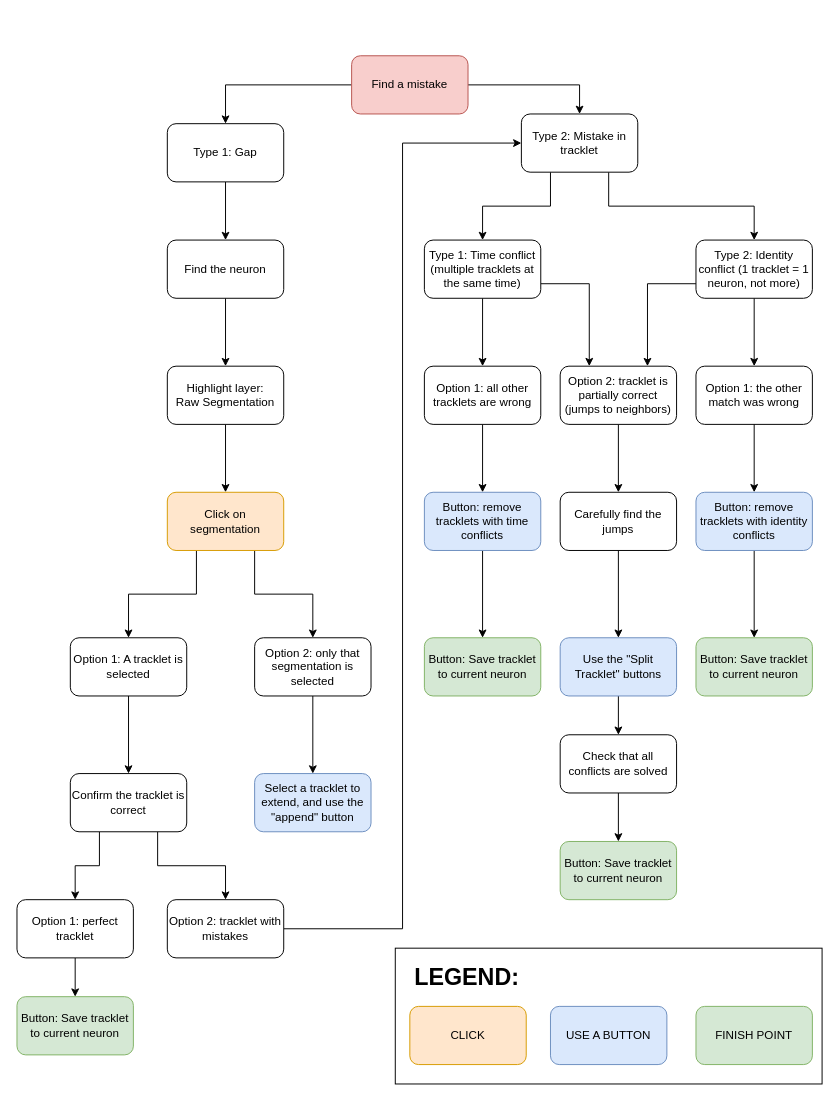
Above: page "Tracking_workflow" (2 of 2) of DLC_for_WBFM/gui/workflow_diagrams.drawio in ch9nuk9/wbfm (draw.io), before the change. Source tidied: cells renumbered, new cells numbered last; positions are measured from the earlier drawing's top-left corner, leaving out a move shared by most shapes. Both pictures are drawn from the tidied source at 97%, with x=0, y=0 at pixel (16, 55).
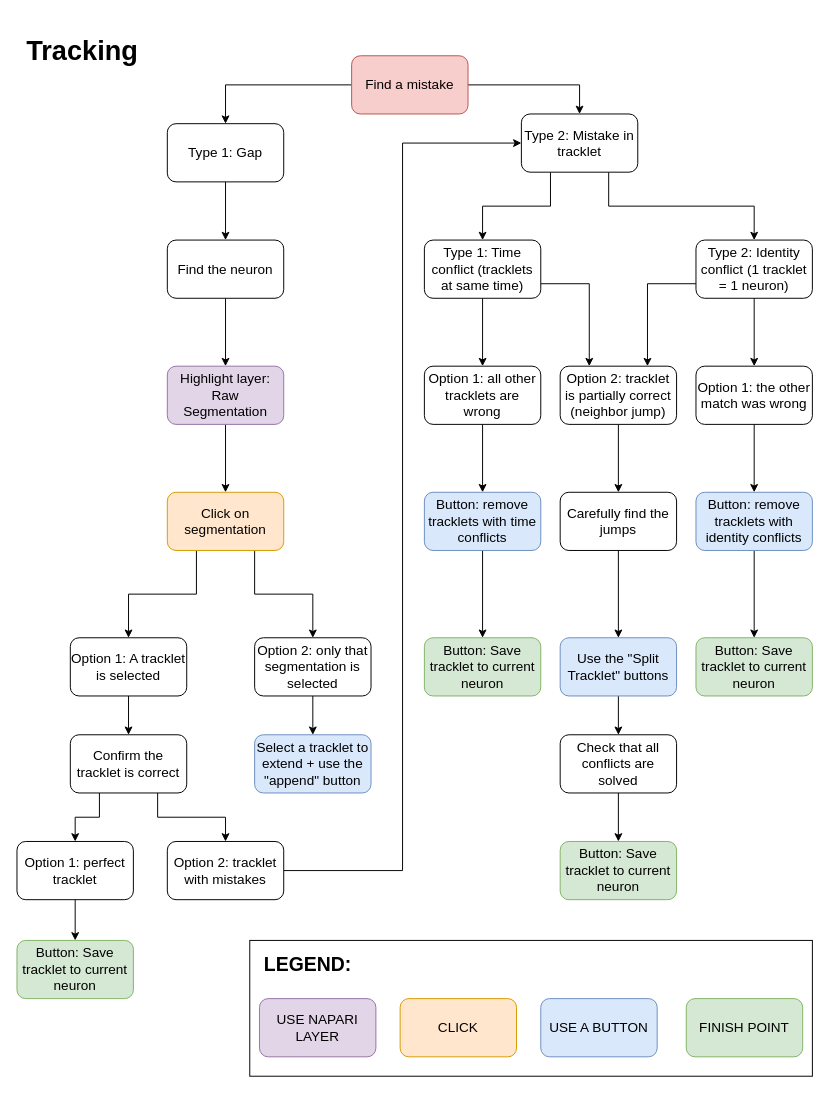
The same page after the edit.

Commit message:
Better workflow diagram

What changed in the source:
```diff
@@
-    <mxCell id="2" style="rounded=0;whiteSpace=wrap;html=1;" parent="1" vertex="1">
-      <mxGeometry x="390" y="920" width="440" height="140" as="geometry" />
-    </mxCell>
-    <mxCell id="3" style="edgeStyle=orthogonalEdgeStyle;rounded=0;jettySize=auto;html=1;exitX=0;exitY=0.5;exitDx=0;exitDy=0;" parent="1" edge="1" source="5" target="7">
+    <mxCell id="3" style="edgeStyle=orthogonalEdgeStyle;rounded=0;jettySize=auto;html=1;exitX=0;exitY=0.5;exitDx=0;exitDy=0;fontSize=14;" parent="1" edge="1" source="5" target="7">
       <mxGeometry relative="1" as="geometry" />
     </mxCell>
-    <mxCell id="4" style="edgeStyle=orthogonalEdgeStyle;rounded=0;jettySize=auto;html=1;exitX=1;exitY=0.5;exitDx=0;exitDy=0;entryX=0.5;entryY=0;entryDx=0;entryDy=0;" parent="1" edge="1" source="5" target="10">
+    <mxCell id="4" style="edgeStyle=orthogonalEdgeStyle;rounded=0;jettySize=auto;html=1;exitX=1;exitY=0.5;exitDx=0;exitDy=0;entryX=0.5;entryY=0;entryDx=0;entryDy=0;fontSize=14;" parent="1" edge="1" source="5" target="10">
       <mxGeometry relative="1" as="geometry" />
     </mxCell>
-    <mxCell id="5" value="Find a mistake" style="rounded=1;whiteSpace=wrap;html=1;fillColor=#f8cecc;strokeColor=#b85450;" parent="1" vertex="1">
+    <mxCell id="5" value="Find a mistake" style="rounded=1;whiteSpace=wrap;html=1;fillColor=#f8cecc;strokeColor=#b85450;fontSize=14;" parent="1" vertex="1">
       <mxGeometry x="345" width="120" height="60" as="geometry" />
     </mxCell>
-    <mxCell id="6" style="edgeStyle=orthogonalEdgeStyle;rounded=0;jettySize=auto;html=1;" parent="1" edge="1" source="7" target="12">
+    <mxCell id="6" style="edgeStyle=orthogonalEdgeStyle;rounded=0;jettySize=auto;html=1;fontSize=14;" parent="1" edge="1" source="7" target="12">
       <mxGeometry relative="1" as="geometry" />
     </mxCell>
-    <mxCell id="7" value="Type 1: Gap" style="rounded=1;whiteSpace=wrap;html=1;" parent="1" vertex="1">
+    <mxCell id="7" value="Type 1: Gap" style="rounded=1;whiteSpace=wrap;html=1;fontSize=14;" parent="1" vertex="1">
       <mxGeometry x="155" y="70" width="120" height="60" as="geometry" />
     </mxCell>
-    <mxCell id="8" style="edgeStyle=orthogonalEdgeStyle;rounded=0;jettySize=auto;html=1;exitX=0.25;exitY=1;exitDx=0;exitDy=0;entryX=0.5;entryY=0;entryDx=0;entryDy=0;" parent="1" edge="1" source="10" target="36">
+    <mxCell id="8" style="edgeStyle=orthogonalEdgeStyle;rounded=0;jettySize=auto;html=1;exitX=0.25;exitY=1;exitDx=0;exitDy=0;entryX=0.5;entryY=0;entryDx=0;entryDy=0;fontSize=14;" parent="1" edge="1" source="10" target="36">
       <mxGeometry relative="1" as="geometry" />
     </mxCell>
-    <mxCell id="9" style="edgeStyle=orthogonalEdgeStyle;rounded=0;jettySize=auto;html=1;exitX=0.75;exitY=1;exitDx=0;exitDy=0;entryX=0.5;entryY=0;entryDx=0;entryDy=0;" parent="1" edge="1" source="10" target="33">
+    <mxCell id="9" style="edgeStyle=orthogonalEdgeStyle;rounded=0;jettySize=auto;html=1;exitX=0.75;exitY=1;exitDx=0;exitDy=0;entryX=0.5;entryY=0;entryDx=0;entryDy=0;fontSize=14;" parent="1" edge="1" source="10" target="33">
       <mxGeometry relative="1" as="geometry" />
     </mxCell>
-    <mxCell id="10" value="Type 2: Mistake in tracklet" style="rounded=1;whiteSpace=wrap;html=1;" parent="1" vertex="1">
+    <mxCell id="10" value="Type 2: Mistake in tracklet" style="rounded=1;whiteSpace=wrap;html=1;fontSize=14;" parent="1" vertex="1">
       <mxGeometry x="520" y="60" width="120" height="60" as="geometry" />
     </mxCell>
-    <mxCell id="11" style="edgeStyle=orthogonalEdgeStyle;rounded=0;jettySize=auto;html=1;" parent="1" edge="1" source="12" target="14">
+    <mxCell id="11" style="edgeStyle=orthogonalEdgeStyle;rounded=0;jettySize=auto;html=1;fontSize=14;" parent="1" edge="1" source="12" target="14">
       <mxGeometry relative="1" as="geometry" />
     </mxCell>
-    <mxCell id="12" value="Find the neuron" style="rounded=1;whiteSpace=wrap;html=1;" parent="1" vertex="1">
+    <mxCell id="12" value="Find the neuron" style="rounded=1;whiteSpace=wrap;html=1;fontSize=14;" parent="1" vertex="1">
       <mxGeometry x="155" y="190" width="120" height="60" as="geometry" />
     </mxCell>
-    <mxCell id="13" style="edgeStyle=orthogonalEdgeStyle;rounded=0;jettySize=auto;html=1;" parent="1" edge="1" source="14" target="17">
+    <mxCell id="13" style="edgeStyle=orthogonalEdgeStyle;rounded=0;jettySize=auto;html=1;fontSize=14;" parent="1" edge="1" source="14" target="17">
       <mxGeometry relative="1" as="geometry" />
     </mxCell>
-    <mxCell id="14" value="Highlight layer:&lt;br&gt;Raw Segmentation" style="rounded=1;whiteSpace=wrap;html=1;" parent="1" vertex="1">
+    <mxCell id="14" value="Highlight layer:&lt;br style=&quot;font-size: 14px;&quot;&gt;Raw Segmentation" style="rounded=1;whiteSpace=wrap;html=1;fillColor=#e1d5e7;strokeColor=#9673a6;fontSize=14;" parent="1" vertex="1">
       <mxGeometry x="155" y="320" width="120" height="60" as="geometry" />
     </mxCell>
-    <mxCell id="15" style="edgeStyle=orthogonalEdgeStyle;rounded=0;jettySize=auto;html=1;exitX=0.75;exitY=1;exitDx=0;exitDy=0;" parent="1" edge="1" source="17" target="19">
+    <mxCell id="15" style="edgeStyle=orthogonalEdgeStyle;rounded=0;jettySize=auto;html=1;exitX=0.75;exitY=1;exitDx=0;exitDy=0;fontSize=14;" parent="1" edge="1" source="17" target="19">
       <mxGeometry relative="1" as="geometry" />
     </mxCell>
-    <mxCell id="16" style="edgeStyle=orthogonalEdgeStyle;rounded=0;jettySize=auto;html=1;exitX=0.25;exitY=1;exitDx=0;exitDy=0;entryX=0.5;entryY=0;entryDx=0;entryDy=0;" parent="1" edge="1" source="17" target="21">
+    <mxCell id="16" style="edgeStyle=orthogonalEdgeStyle;rounded=0;jettySize=auto;html=1;exitX=0.25;exitY=1;exitDx=0;exitDy=0;entryX=0.5;entryY=0;entryDx=0;entryDy=0;fontSize=14;" parent="1" edge="1" source="17" target="21">
       <mxGeometry relative="1" as="geometry" />
     </mxCell>
-    <mxCell id="17" value="Click on segmentation" style="rounded=1;whiteSpace=wrap;html=1;fillColor=#ffe6cc;strokeColor=#d79b00;" parent="1" vertex="1">
+    <mxCell id="17" value="Click on segmentation" style="rounded=1;whiteSpace=wrap;html=1;fillColor=#ffe6cc;strokeColor=#d79b00;fontSize=14;" parent="1" vertex="1">
       <mxGeometry x="155" y="450" width="120" height="60" as="geometry" />
     </mxCell>
-    <mxCell id="18" style="edgeStyle=orthogonalEdgeStyle;rounded=0;jettySize=auto;html=1;" parent="1" edge="1" source="19" target="22">
+    <mxCell id="18" style="edgeStyle=orthogonalEdgeStyle;rounded=0;jettySize=auto;html=1;fontSize=14;" parent="1" edge="1" source="19" target="22">
       <mxGeometry relative="1" as="geometry" />
     </mxCell>
-    <mxCell id="19" value="Option 2: only that segmentation is selected" style="rounded=1;whiteSpace=wrap;html=1;" parent="1" vertex="1">
+    <mxCell id="19" value="Option 2: only that segmentation is selected" style="rounded=1;whiteSpace=wrap;html=1;fontSize=14;" parent="1" vertex="1">
       <mxGeometry x="245" y="600" width="120" height="60" as="geometry" />
     </mxCell>
-    <mxCell id="20" style="edgeStyle=orthogonalEdgeStyle;rounded=0;jettySize=auto;html=1;" parent="1" edge="1" source="21" target="25">
+    <mxCell id="20" style="edgeStyle=orthogonalEdgeStyle;rounded=0;jettySize=auto;html=1;fontSize=14;" parent="1" edge="1" source="21" target="25">
       <mxGeometry relative="1" as="geometry" />
     </mxCell>
-    <mxCell id="21" value="Option 1: A tracklet is selected" style="rounded=1;whiteSpace=wrap;html=1;" parent="1" vertex="1">
+    <mxCell id="21" value="Option 1: A tracklet is selected" style="rounded=1;whiteSpace=wrap;html=1;fontSize=14;" parent="1" vertex="1">
       <mxGeometry x="55" y="600" width="120" height="60" as="geometry" />
     </mxCell>
-    <mxCell id="22" value="Select a tracklet to extend, and use the &quot;append&quot; button" style="rounded=1;whiteSpace=wrap;html=1;fillColor=#dae8fc;strokeColor=#6c8ebf;" parent="1" vertex="1">
-      <mxGeometry x="245" y="740" width="120" height="60" as="geometry" />
+    <mxCell id="22" value="Select a tracklet to extend + use the &quot;append&quot; button" style="rounded=1;whiteSpace=wrap;html=1;fillColor=#dae8fc;strokeColor=#6c8ebf;fontSize=14;" parent="1" vertex="1">
+      <mxGeometry x="245" y="700" width="120" height="60" as="geometry" />
     </mxCell>
-    <mxCell id="23" style="edgeStyle=orthogonalEdgeStyle;rounded=0;jettySize=auto;html=1;exitX=0.25;exitY=1;exitDx=0;exitDy=0;" parent="1" edge="1" source="25" target="30">
+    <mxCell id="23" style="edgeStyle=orthogonalEdgeStyle;rounded=0;jettySize=auto;html=1;exitX=0.25;exitY=1;exitDx=0;exitDy=0;fontSize=14;" parent="1" edge="1" source="25" target="30">
       <mxGeometry relative="1" as="geometry" />
     </mxCell>
-    <mxCell id="24" style="edgeStyle=orthogonalEdgeStyle;rounded=0;jettySize=auto;html=1;exitX=0.75;exitY=1;exitDx=0;exitDy=0;entryX=0.5;entryY=0;entryDx=0;entryDy=0;" parent="1" edge="1" source="25" target="28">
+    <mxCell id="24" style="edgeStyle=orthogonalEdgeStyle;rounded=0;jettySize=auto;html=1;exitX=0.75;exitY=1;exitDx=0;exitDy=0;entryX=0.5;entryY=0;entryDx=0;entryDy=0;fontSize=14;" parent="1" edge="1" source="25" target="28">
       <mxGeometry relative="1" as="geometry" />
     </mxCell>
-    <mxCell id="25" value="Confirm the tracklet is correct" style="rounded=1;whiteSpace=wrap;html=1;" parent="1" vertex="1">
-      <mxGeometry x="55" y="740" width="120" height="60" as="geometry" />
+    <mxCell id="25" value="Confirm the tracklet is correct" style="rounded=1;whiteSpace=wrap;html=1;fontSize=14;" parent="1" vertex="1">
+      <mxGeometry x="55" y="700" width="120" height="60" as="geometry" />
     </mxCell>
-    <mxCell id="26" style="edgeStyle=orthogonalEdgeStyle;rounded=0;jettySize=auto;html=1;" parent="1" edge="1" source="30" target="29">
+    <mxCell id="26" style="edgeStyle=orthogonalEdgeStyle;rounded=0;jettySize=auto;html=1;fontSize=14;" parent="1" edge="1" source="30" target="29">
       <mxGeometry relative="1" as="geometry" />
     </mxCell>
-    <mxCell id="27" style="edgeStyle=orthogonalEdgeStyle;rounded=0;jettySize=auto;html=1;exitX=1;exitY=0.5;exitDx=0;exitDy=0;entryX=0;entryY=0.5;entryDx=0;entryDy=0;" parent="1" edge="1" source="28" target="10">
+    <mxCell id="27" style="edgeStyle=orthogonalEdgeStyle;rounded=0;jettySize=auto;html=1;exitX=1;exitY=0.5;exitDx=0;exitDy=0;entryX=0;entryY=0.5;entryDx=0;entryDy=0;fontSize=14;" parent="1" edge="1" source="28" target="10">
       <mxGeometry relative="1" as="geometry" />
     </mxCell>
-    <mxCell id="28" value="Option 2: tracklet with mistakes" style="rounded=1;whiteSpace=wrap;html=1;" parent="1" vertex="1">
-      <mxGeometry x="155" y="870" width="120" height="60" as="geometry" />
+    <mxCell id="28" value="Option 2: tracklet with mistakes" style="rounded=1;whiteSpace=wrap;html=1;fontSize=14;" parent="1" vertex="1">
+      <mxGeometry x="155" y="810" width="120" height="60" as="geometry" />
     </mxCell>
-    <mxCell id="29" value="Button: Save tracklet to current neuron" style="rounded=1;whiteSpace=wrap;html=1;fillColor=#d5e8d4;strokeColor=#82b366;" parent="1" vertex="1">
-      <mxGeometry y="970" width="120" height="60" as="geometry" />
+    <mxCell id="29" value="Button: Save tracklet to current neuron" style="rounded=1;whiteSpace=wrap;html=1;fillColor=#d5e8d4;strokeColor=#82b366;fontSize=14;" parent="1" vertex="1">
+      <mxGeometry y="912" width="120" height="60" as="geometry" />
     </mxCell>
-    <mxCell id="30" value="Option 1: perfect tracklet" style="rounded=1;whiteSpace=wrap;html=1;" parent="1" vertex="1">
-      <mxGeometry y="870" width="120" height="60" as="geometry" />
+    <mxCell id="30" value="Option 1: perfect tracklet" style="rounded=1;whiteSpace=wrap;html=1;fontSize=14;" parent="1" vertex="1">
+      <mxGeometry y="810" width="120" height="60" as="geometry" />
     </mxCell>
-    <mxCell id="31" style="edgeStyle=orthogonalEdgeStyle;rounded=0;jettySize=auto;html=1;" parent="1" edge="1" source="33" target="41">
+    <mxCell id="31" style="edgeStyle=orthogonalEdgeStyle;rounded=0;jettySize=auto;html=1;fontSize=14;" parent="1" edge="1" source="33" target="41">
       <mxGeometry relative="1" as="geometry" />
     </mxCell>
-    <mxCell id="32" style="edgeStyle=orthogonalEdgeStyle;rounded=0;jettySize=auto;html=1;exitX=0;exitY=0.75;exitDx=0;exitDy=0;entryX=0.75;entryY=0;entryDx=0;entryDy=0;" parent="1" edge="1" source="33" target="48">
+    <mxCell id="32" style="edgeStyle=orthogonalEdgeStyle;rounded=0;jettySize=auto;html=1;exitX=0;exitY=0.75;exitDx=0;exitDy=0;entryX=0.75;entryY=0;entryDx=0;entryDy=0;fontSize=14;" parent="1" edge="1" source="33" target="48">
       <mxGeometry relative="1" as="geometry" />
     </mxCell>
-    <mxCell id="33" value="Type 2: Identity conflict (1 tracklet = 1 neuron, not more)" style="rounded=1;whiteSpace=wrap;html=1;" parent="1" vertex="1">
+    <mxCell id="33" value="Type 2: Identity conflict (1 tracklet = 1 neuron)" style="rounded=1;whiteSpace=wrap;html=1;fontSize=14;" parent="1" vertex="1">
       <mxGeometry x="700" y="190" width="120" height="60" as="geometry" />
     </mxCell>
-    <mxCell id="34" style="edgeStyle=orthogonalEdgeStyle;rounded=0;jettySize=auto;html=1;" parent="1" edge="1" source="36" target="38">
+    <mxCell id="34" style="edgeStyle=orthogonalEdgeStyle;rounded=0;jettySize=auto;html=1;fontSize=14;" parent="1" edge="1" source="36" target="38">
       <mxGeometry relative="1" as="geometry" />
     </mxCell>
-    <mxCell id="35" style="edgeStyle=orthogonalEdgeStyle;rounded=0;jettySize=auto;html=1;exitX=1;exitY=0.75;exitDx=0;exitDy=0;entryX=0.25;entryY=0;entryDx=0;entryDy=0;" parent="1" edge="1" source="36" target="48">
+    <mxCell id="35" style="edgeStyle=orthogonalEdgeStyle;rounded=0;jettySize=auto;html=1;exitX=1;exitY=0.75;exitDx=0;exitDy=0;entryX=0.25;entryY=0;entryDx=0;entryDy=0;fontSize=14;" parent="1" edge="1" source="36" target="48">
       <mxGeometry relative="1" as="geometry" />
     </mxCell>
-    <mxCell id="36" value="Type 1: Time conflict (multiple tracklets at the same time)" style="rounded=1;whiteSpace=wrap;html=1;" parent="1" vertex="1">
+    <mxCell id="36" value="Type 1: Time conflict (tracklets at same time)" style="rounded=1;whiteSpace=wrap;html=1;fontSize=14;" parent="1" vertex="1">
       <mxGeometry x="420" y="190" width="120" height="60" as="geometry" />
     </mxCell>
-    <mxCell id="37" style="edgeStyle=orthogonalEdgeStyle;rounded=0;jettySize=auto;html=1;" parent="1" edge="1" source="38" target="40">
+    <mxCell id="37" style="edgeStyle=orthogonalEdgeStyle;rounded=0;jettySize=auto;html=1;fontSize=14;" parent="1" edge="1" source="38" target="40">
       <mxGeometry relative="1" as="geometry" />
     </mxCell>
-    <mxCell id="38" value="Option 1: all other tracklets are wrong" style="rounded=1;whiteSpace=wrap;html=1;" parent="1" vertex="1">
+    <mxCell id="38" value="Option 1: all other tracklets are wrong" style="rounded=1;whiteSpace=wrap;html=1;fontSize=14;" parent="1" vertex="1">
       <mxGeometry x="420" y="320" width="120" height="60" as="geometry" />
     </mxCell>
-    <mxCell id="39" style="edgeStyle=orthogonalEdgeStyle;rounded=0;jettySize=auto;html=1;" parent="1" edge="1" source="40" target="42">
+    <mxCell id="39" style="edgeStyle=orthogonalEdgeStyle;rounded=0;jettySize=auto;html=1;fontSize=14;" parent="1" edge="1" source="40" target="42">
       <mxGeometry relative="1" as="geometry" />
     </mxCell>
-    <mxCell id="40" value="Button: remove tracklets with time conflicts" style="rounded=1;whiteSpace=wrap;html=1;fillColor=#dae8fc;strokeColor=#6c8ebf;" parent="1" vertex="1">
+    <mxCell id="40" value="Button: remove tracklets with time conflicts" style="rounded=1;whiteSpace=wrap;html=1;fillColor=#dae8fc;strokeColor=#6c8ebf;fontSize=14;" parent="1" vertex="1">
       <mxGeometry x="420" y="450" width="120" height="60" as="geometry" />
     </mxCell>
-    <mxCell id="41" value="Option 1: the other match was wrong" style="rounded=1;whiteSpace=wrap;html=1;" parent="1" vertex="1">
+    <mxCell id="41" value="Option 1: the other match was wrong" style="rounded=1;whiteSpace=wrap;html=1;fontSize=14;" parent="1" vertex="1">
       <mxGeometry x="700" y="320" width="120" height="60" as="geometry" />
     </mxCell>
-    <mxCell id="42" value="Button: Save tracklet to current neuron" style="rounded=1;whiteSpace=wrap;html=1;fillColor=#d5e8d4;strokeColor=#82b366;" parent="1" vertex="1">
+    <mxCell id="42" value="Button: Save tracklet to current neuron" style="rounded=1;whiteSpace=wrap;html=1;fillColor=#d5e8d4;strokeColor=#82b366;fontSize=14;" parent="1" vertex="1">
       <mxGeometry x="420" y="600" width="120" height="60" as="geometry" />
     </mxCell>
-    <mxCell id="43" style="edgeStyle=orthogonalEdgeStyle;rounded=0;jettySize=auto;html=1;exitX=0.5;exitY=1;exitDx=0;exitDy=0;" parent="1" edge="1" source="41" target="45">
+    <mxCell id="43" style="edgeStyle=orthogonalEdgeStyle;rounded=0;jettySize=auto;html=1;exitX=0.5;exitY=1;exitDx=0;exitDy=0;fontSize=14;" parent="1" edge="1" source="41" target="45">
       <mxGeometry relative="1" as="geometry" />
     </mxCell>
-    <mxCell id="44" style="edgeStyle=orthogonalEdgeStyle;rounded=0;jettySize=auto;html=1;" parent="1" edge="1" source="45" target="46">
+    <mxCell id="44" style="edgeStyle=orthogonalEdgeStyle;rounded=0;jettySize=auto;html=1;fontSize=14;" parent="1" edge="1" source="45" target="46">
       <mxGeometry relative="1" as="geometry" />
     </mxCell>
-    <mxCell id="45" value="Button: remove tracklets with identity conflicts" style="rounded=1;whiteSpace=wrap;html=1;fillColor=#dae8fc;strokeColor=#6c8ebf;" parent="1" vertex="1">
+    <mxCell id="45" value="Button: remove tracklets with identity conflicts" style="rounded=1;whiteSpace=wrap;html=1;fillColor=#dae8fc;strokeColor=#6c8ebf;fontSize=14;" parent="1" vertex="1">
       <mxGeometry x="700" y="450" width="120" height="60" as="geometry" />
     </mxCell>
-    <mxCell id="46" value="Button: Save tracklet to current neuron" style="rounded=1;whiteSpace=wrap;html=1;fillColor=#d5e8d4;strokeColor=#82b366;" parent="1" vertex="1">
+    <mxCell id="46" value="Button: Save tracklet to current neuron" style="rounded=1;whiteSpace=wrap;html=1;fillColor=#d5e8d4;strokeColor=#82b366;fontSize=14;" parent="1" vertex="1">
       <mxGeometry x="700" y="600" width="120" height="60" as="geometry" />
     </mxCell>
-    <mxCell id="47" style="edgeStyle=orthogonalEdgeStyle;rounded=0;jettySize=auto;html=1;" parent="1" edge="1" source="48" target="50">
+    <mxCell id="47" style="edgeStyle=orthogonalEdgeStyle;rounded=0;jettySize=auto;html=1;fontSize=14;" parent="1" edge="1" source="48" target="50">
       <mxGeometry relative="1" as="geometry" />
     </mxCell>
-    <mxCell id="48" value="Option 2: tracklet is partially correct&lt;br&gt;(jumps to neighbors)" style="rounded=1;whiteSpace=wrap;html=1;" parent="1" vertex="1">
+    <mxCell id="48" value="Option 2: tracklet is partially correct&lt;br style=&quot;font-size: 14px&quot;&gt;(neighbor jump)" style="rounded=1;whiteSpace=wrap;html=1;fontSize=14;" parent="1" vertex="1">
       <mxGeometry x="560" y="320" width="120" height="60" as="geometry" />
     </mxCell>
-    <mxCell id="49" style="edgeStyle=orthogonalEdgeStyle;rounded=0;jettySize=auto;html=1;" parent="1" edge="1" source="50" target="52">
+    <mxCell id="49" style="edgeStyle=orthogonalEdgeStyle;rounded=0;jettySize=auto;html=1;fontSize=14;" parent="1" edge="1" source="50" target="52">
       <mxGeometry relative="1" as="geometry" />
     </mxCell>
-    <mxCell id="50" value="Carefully find the jumps" style="rounded=1;whiteSpace=wrap;html=1;" parent="1" vertex="1">
+    <mxCell id="50" value="Carefully find the jumps" style="rounded=1;whiteSpace=wrap;html=1;fontSize=14;" parent="1" vertex="1">
       <mxGeometry x="560" y="450" width="120" height="60" as="geometry" />
     </mxCell>
-    <mxCell id="51" style="edgeStyle=orthogonalEdgeStyle;rounded=0;jettySize=auto;html=1;" parent="1" edge="1" source="52" target="54">
+    <mxCell id="51" style="edgeStyle=orthogonalEdgeStyle;rounded=0;jettySize=auto;html=1;fontSize=14;" parent="1" edge="1" source="52" target="54">
       <mxGeometry relative="1" as="geometry" />
     </mxCell>
-    <mxCell id="52" value="Use the &quot;Split Tracklet&quot; buttons" style="rounded=1;whiteSpace=wrap;html=1;fillColor=#dae8fc;strokeColor=#6c8ebf;" parent="1" vertex="1">
+    <mxCell id="52" value="Use the &quot;Split Tracklet&quot; buttons" style="rounded=1;whiteSpace=wrap;html=1;fillColor=#dae8fc;strokeColor=#6c8ebf;fontSize=14;" parent="1" vertex="1">
       <mxGeometry x="560" y="600" width="120" height="60" as="geometry" />
     </mxCell>
-    <mxCell id="53" style="edgeStyle=orthogonalEdgeStyle;rounded=0;jettySize=auto;html=1;" parent="1" edge="1" source="54" target="55">
+    <mxCell id="53" style="edgeStyle=orthogonalEdgeStyle;rounded=0;jettySize=auto;html=1;fontSize=14;" parent="1" edge="1" source="54" target="55">
       <mxGeometry relative="1" as="geometry" />
     </mxCell>
-    <mxCell id="54" value="Check that all conflicts are solved" style="rounded=1;whiteSpace=wrap;html=1;" parent="1" vertex="1">
+    <mxCell id="54" value="Check that all conflicts are solved" style="rounded=1;whiteSpace=wrap;html=1;fontSize=14;" parent="1" vertex="1">
       <mxGeometry x="560" y="700" width="120" height="60" as="geometry" />
     </mxCell>
-    <mxCell id="55" value="Button: Save tracklet to current neuron" style="rounded=1;whiteSpace=wrap;html=1;fillColor=#d5e8d4;strokeColor=#82b366;" parent="1" vertex="1">
+    <mxCell id="55" value="Button: Save tracklet to current neuron" style="rounded=1;whiteSpace=wrap;html=1;fillColor=#d5e8d4;strokeColor=#82b366;fontSize=14;" parent="1" vertex="1">
       <mxGeometry x="560" y="810" width="120" height="60" as="geometry" />
     </mxCell>
+    <mxCell id="60" style="rounded=0;whiteSpace=wrap;html=1;fontSize=14;" parent="1" vertex="1">
+      <mxGeometry x="240" y="912" width="580" height="140" as="geometry" />
+    </mxCell>
-    <mxCell id="56" value="FINISH POINT" style="rounded=1;whiteSpace=wrap;html=1;fillColor=#d5e8d4;strokeColor=#82b366;" parent="1" vertex="1">
-      <mxGeometry x="700" y="980" width="120" height="60" as="geometry" />
+    <mxCell id="56" value="FINISH POINT" style="rounded=1;whiteSpace=wrap;html=1;fillColor=#d5e8d4;strokeColor=#82b366;fontSize=14;" parent="1" vertex="1">
+      <mxGeometry x="690" y="972" width="120" height="60" as="geometry" />
     </mxCell>
-    <mxCell id="57" value="USE A BUTTON" style="rounded=1;whiteSpace=wrap;html=1;fillColor=#dae8fc;strokeColor=#6c8ebf;" parent="1" vertex="1">
-      <mxGeometry x="550" y="980" width="120" height="60" as="geometry" />
+    <mxCell id="57" value="USE A BUTTON" style="rounded=1;whiteSpace=wrap;html=1;fillColor=#dae8fc;strokeColor=#6c8ebf;fontSize=14;" parent="1" vertex="1">
+      <mxGeometry x="540" y="972" width="120" height="60" as="geometry" />
     </mxCell>
-    <mxCell id="58" value="&lt;h1&gt;LEGEND:&lt;/h1&gt;" style="text;html=1;strokeColor=none;fillColor=none;spacing=5;spacingTop=-20;whiteSpace=wrap;overflow=hidden;rounded=0;" parent="1" vertex="1">
-      <mxGeometry x="405" y="930" width="190" height="40" as="geometry" />
+    <mxCell id="58" value="&lt;h1 style=&quot;font-size: 20px;&quot;&gt;LEGEND:&lt;/h1&gt;" style="text;html=1;strokeColor=none;fillColor=none;spacing=5;spacingTop=-20;whiteSpace=wrap;overflow=hidden;rounded=0;fontSize=20;" parent="1" vertex="1">
+      <mxGeometry x="250" y="922" width="190" height="40" as="geometry" />
     </mxCell>
-    <mxCell id="59" value="CLICK" style="rounded=1;whiteSpace=wrap;html=1;fillColor=#ffe6cc;strokeColor=#d79b00;" parent="1" vertex="1">
-      <mxGeometry x="405" y="980" width="120" height="60" as="geometry" />
+    <mxCell id="59" value="CLICK" style="rounded=1;whiteSpace=wrap;html=1;fillColor=#ffe6cc;strokeColor=#d79b00;fontSize=14;" parent="1" vertex="1">
+      <mxGeometry x="395" y="972" width="120" height="60" as="geometry" />
     </mxCell>
+    <mxCell id="61" value="USE NAPARI LAYER" style="rounded=1;whiteSpace=wrap;html=1;fillColor=#e1d5e7;strokeColor=#9673a6;fontSize=14;" parent="1" vertex="1">
+      <mxGeometry x="250" y="972" width="120" height="60" as="geometry" />
+    </mxCell>
+    <mxCell id="62" value="&lt;h1&gt;Tracking&lt;/h1&gt;" style="text;html=1;strokeColor=none;fillColor=none;spacing=5;spacingTop=-20;whiteSpace=wrap;overflow=hidden;rounded=0;fontSize=14;" parent="1" vertex="1">
+      <mxGeometry x="5" y="-30" width="270" height="60" as="geometry" />
+    </mxCell>
```
